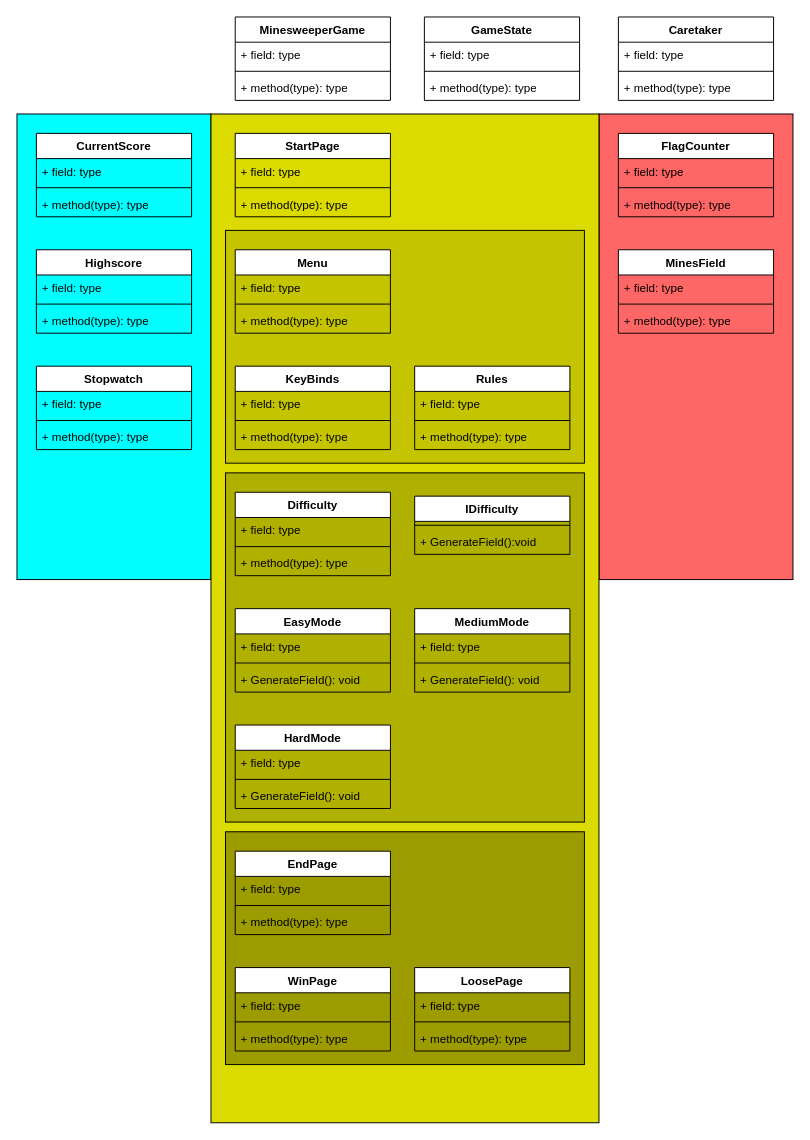
This is Abgabe2_Abel_Amadeo/Klassendiagramm_Minesweeper_AS_AT.drawio from abelsolomon1/Minesweeper, a draw.io file, before an edit. Source tidied: cells renumbered, new cells numbered last; positions are measured from the earlier drawing's top-left corner, leaving out a move shared by most shapes. Both pictures are drawn from the tidied source at 97%, with x=0, y=0 at pixel (16, 16).
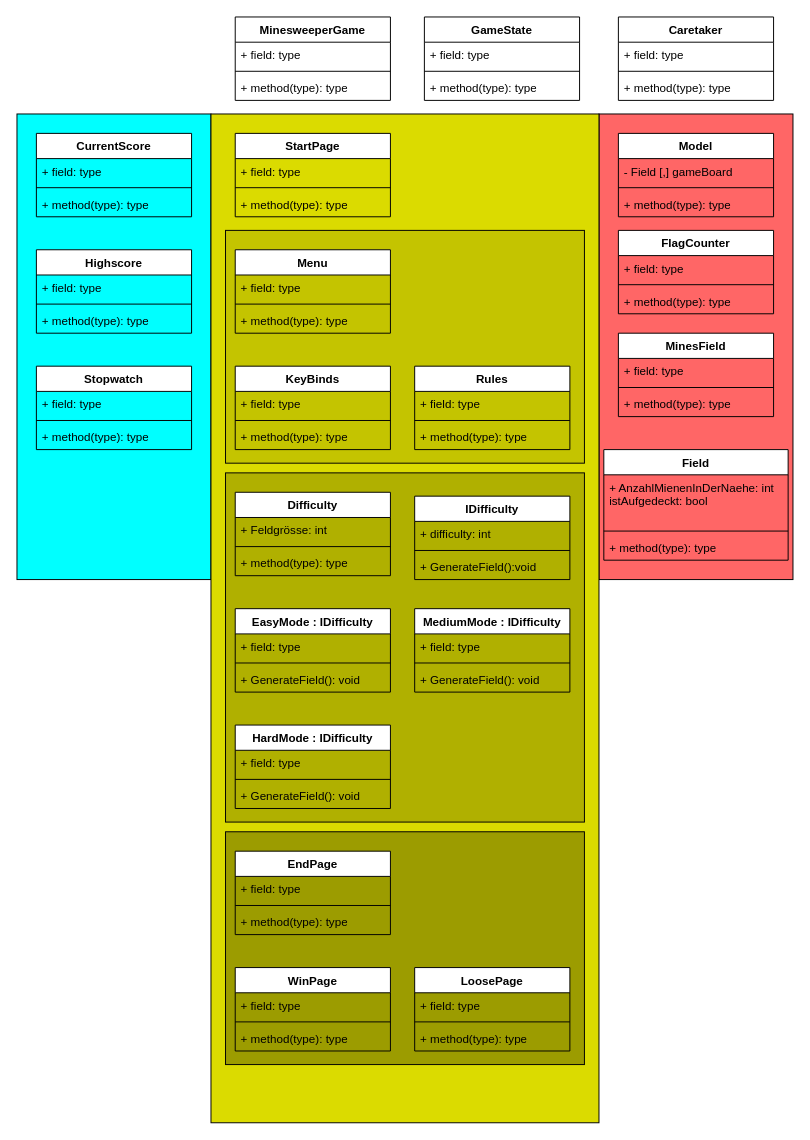
Above is the later version.

Commit message (it also covers changes not shown here):
Weiteres ins Klassendiagramm hinzugefügt

Unchanged cells that the change refers to:
```xml
<mxCell id="83" value="Difficulty" style="swimlane;fontStyle=1;align=center;verticalAlign=top;horizontal=1;startSize=26;whiteSpace=wrap;html=1;" parent="1" vertex="1">
  <mxGeometry x="225" y="490" width="160" height="86" as="geometry" />
</mxCell>
```

Diff of the diagram source:
```diff
@@
     <mxCell id="15" value="MinesField" style="swimlane;fontStyle=1;align=center;verticalAlign=top;horizontal=1;startSize=26;whiteSpace=wrap;html=1;" parent="1" vertex="1">
-      <mxGeometry x="620" y="240" width="160" height="86" as="geometry" />
+      <mxGeometry x="620" y="326" width="160" height="86" as="geometry" />
     </mxCell>
@@
     <mxCell id="35" value="FlagCounter" style="swimlane;fontStyle=1;align=center;verticalAlign=top;horizontal=1;startSize=26;whiteSpace=wrap;html=1;" parent="1" vertex="1">
-      <mxGeometry x="620" y="120" width="160" height="86" as="geometry" />
+      <mxGeometry x="620" y="220" width="160" height="86" as="geometry" />
     </mxCell>
@@
-    <mxCell id="68" value="EasyMode" style="swimlane;fontStyle=1;align=center;verticalAlign=top;horizontal=1;startSize=26;whiteSpace=wrap;html=1;" parent="1" vertex="1">
+    <mxCell id="68" value="EasyMode : IDifficulty" style="swimlane;fontStyle=1;align=center;verticalAlign=top;horizontal=1;startSize=26;whiteSpace=wrap;html=1;" parent="1" vertex="1">
       <mxGeometry x="225" y="610" width="160" height="86" as="geometry" />
     </mxCell>
@@
     <mxCell id="72" value="IDifficulty" style="swimlane;fontStyle=1;align=center;verticalAlign=top;horizontal=1;startSize=26;whiteSpace=wrap;html=1;" parent="1" vertex="1">
-      <mxGeometry x="410" y="494" width="160" height="60" as="geometry" />
+      <mxGeometry x="410" y="494" width="160" height="86" as="geometry" />
     </mxCell>
+    <mxCell id="87" value="+ difficulty: int" style="text;strokeColor=none;fillColor=none;align=left;verticalAlign=top;spacingLeft=4;spacingRight=4;overflow=hidden;whiteSpace=wrap;html=1;" parent="72" vertex="1">
+      <mxGeometry y="26" width="160" height="26" as="geometry" />
+    </mxCell>
     <mxCell id="73" style="line;strokeWidth=1;fillColor=none;align=left;verticalAlign=middle;spacingTop=-1;spacingLeft=3;spacingRight=3;labelPosition=right;strokeColor=inherit;" parent="72" vertex="1">
-      <mxGeometry y="26" width="160" height="8" as="geometry" />
+      <mxGeometry y="52" width="160" height="8" as="geometry" />
     </mxCell>
     <mxCell id="74" value="+ GenerateField():void" style="text;strokeColor=none;fillColor=none;align=left;verticalAlign=top;spacingLeft=4;spacingRight=4;overflow=hidden;whiteSpace=wrap;html=1;" parent="72" vertex="1">
-      <mxGeometry y="34" width="160" height="26" as="geometry" />
+      <mxGeometry y="60" width="160" height="26" as="geometry" />
     </mxCell>
-    <mxCell id="75" value="MediumMode" style="swimlane;fontStyle=1;align=center;verticalAlign=top;horizontal=1;startSize=26;whiteSpace=wrap;html=1;" parent="1" vertex="1">
+    <mxCell id="75" value="MediumMode : IDifficulty" style="swimlane;fontStyle=1;align=center;verticalAlign=top;horizontal=1;startSize=26;whiteSpace=wrap;html=1;" parent="1" vertex="1">
       <mxGeometry x="410" y="610" width="160" height="86" as="geometry" />
     </mxCell>
@@
-    <mxCell id="79" value="HardMode" style="swimlane;fontStyle=1;align=center;verticalAlign=top;horizontal=1;startSize=26;whiteSpace=wrap;html=1;" parent="1" vertex="1">
+    <mxCell id="79" value="HardMode : IDifficulty" style="swimlane;fontStyle=1;align=center;verticalAlign=top;horizontal=1;startSize=26;whiteSpace=wrap;html=1;" parent="1" vertex="1">
       <mxGeometry x="225" y="730" width="160" height="86" as="geometry" />
     </mxCell>
@@
-    <mxCell id="84" value="+ field: type" style="text;strokeColor=none;fillColor=none;align=left;verticalAlign=top;spacingLeft=4;spacingRight=4;overflow=hidden;whiteSpace=wrap;html=1;" parent="83" vertex="1">
+    <mxCell id="84" value="+ Feldgrösse: int" style="text;strokeColor=none;fillColor=none;align=left;verticalAlign=top;spacingLeft=4;spacingRight=4;overflow=hidden;whiteSpace=wrap;html=1;" parent="83" vertex="1">
       <mxGeometry y="26" width="160" height="26" as="geometry" />
     </mxCell>
@@
+    <mxCell id="88" value="Field" style="swimlane;fontStyle=1;align=center;verticalAlign=top;horizontal=1;startSize=26;whiteSpace=wrap;html=1;" parent="1" vertex="1">
+      <mxGeometry x="605" y="446" width="190" height="114" as="geometry" />
+    </mxCell>
+    <mxCell id="89" value="+ AnzahlMienenInDerNaehe: int&lt;div&gt;istAufgedeckt: bool&lt;/div&gt;" style="text;strokeColor=none;fillColor=none;align=left;verticalAlign=top;spacingLeft=4;spacingRight=4;overflow=hidden;whiteSpace=wrap;html=1;" parent="88" vertex="1">
+      <mxGeometry y="26" width="190" height="54" as="geometry" />
+    </mxCell>
+    <mxCell id="90" style="line;strokeWidth=1;fillColor=none;align=left;verticalAlign=middle;spacingTop=-1;spacingLeft=3;spacingRight=3;labelPosition=right;strokeColor=inherit;" parent="88" vertex="1">
+      <mxGeometry y="80" width="190" height="8" as="geometry" />
+    </mxCell>
+    <mxCell id="91" value="+ method(type): type" style="text;strokeColor=none;fillColor=none;align=left;verticalAlign=top;spacingLeft=4;spacingRight=4;overflow=hidden;whiteSpace=wrap;html=1;" parent="88" vertex="1">
+      <mxGeometry y="88" width="190" height="26" as="geometry" />
+    </mxCell>
+    <mxCell id="92" value="Model" style="swimlane;fontStyle=1;align=center;verticalAlign=top;horizontal=1;startSize=26;whiteSpace=wrap;html=1;" parent="1" vertex="1">
+      <mxGeometry x="620" y="120" width="160" height="86" as="geometry" />
+    </mxCell>
+    <mxCell id="93" value="- Field [,] gameBoard" style="text;strokeColor=none;fillColor=none;align=left;verticalAlign=top;spacingLeft=4;spacingRight=4;overflow=hidden;whiteSpace=wrap;html=1;" parent="92" vertex="1">
+      <mxGeometry y="26" width="160" height="26" as="geometry" />
+    </mxCell>
+    <mxCell id="94" style="line;strokeWidth=1;fillColor=none;align=left;verticalAlign=middle;spacingTop=-1;spacingLeft=3;spacingRight=3;labelPosition=right;strokeColor=inherit;" parent="92" vertex="1">
+      <mxGeometry y="52" width="160" height="8" as="geometry" />
+    </mxCell>
+    <mxCell id="95" value="+ method(type): type" style="text;strokeColor=none;fillColor=none;align=left;verticalAlign=top;spacingLeft=4;spacingRight=4;overflow=hidden;whiteSpace=wrap;html=1;" parent="92" vertex="1">
+      <mxGeometry y="60" width="160" height="26" as="geometry" />
+    </mxCell>
```
